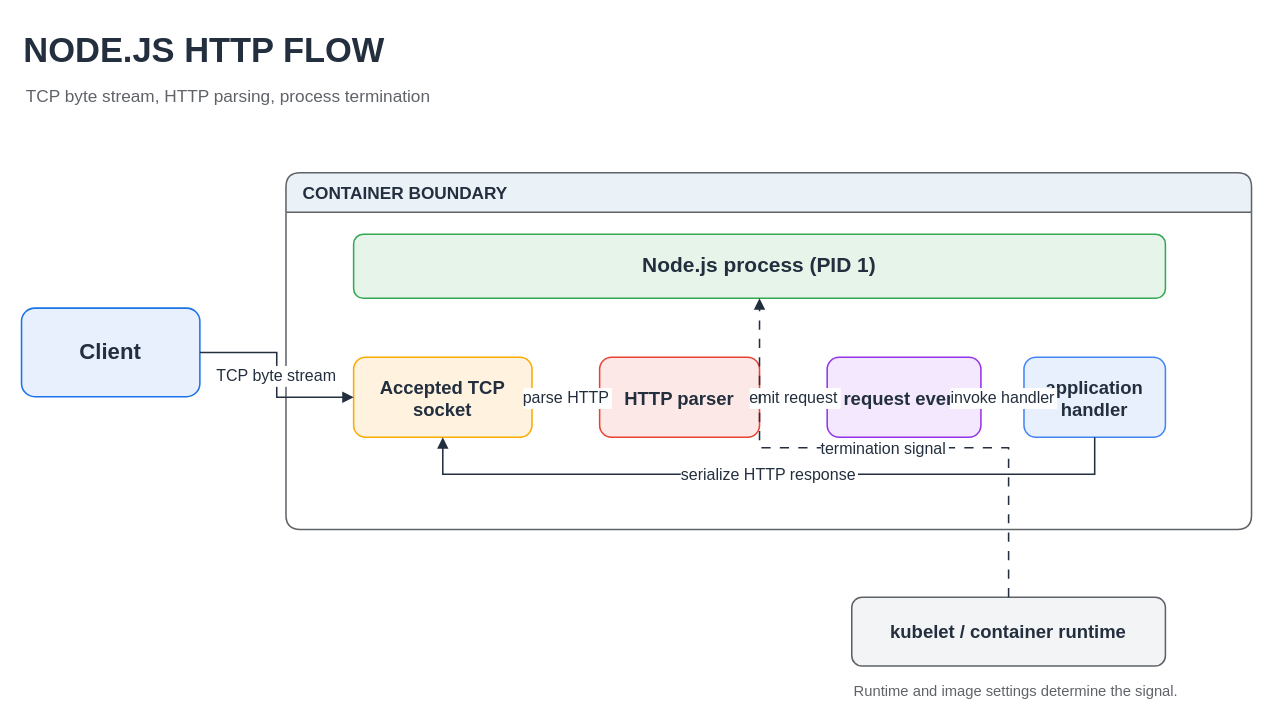
KKamJi98/kkamji98.github.io keeps this draw.io diagram as assets/img/nodejs/node-http-request-lifecycle-flow.drawio. Above is the earlier version. Source tidied: cells renumbered, new cells numbered last; positions are measured from the earlier drawing's top-left corner, leaving out a move shared by most shapes. Both pictures are drawn from the tidied source at 123%, with x=0, y=0 at pixel (21, 21).
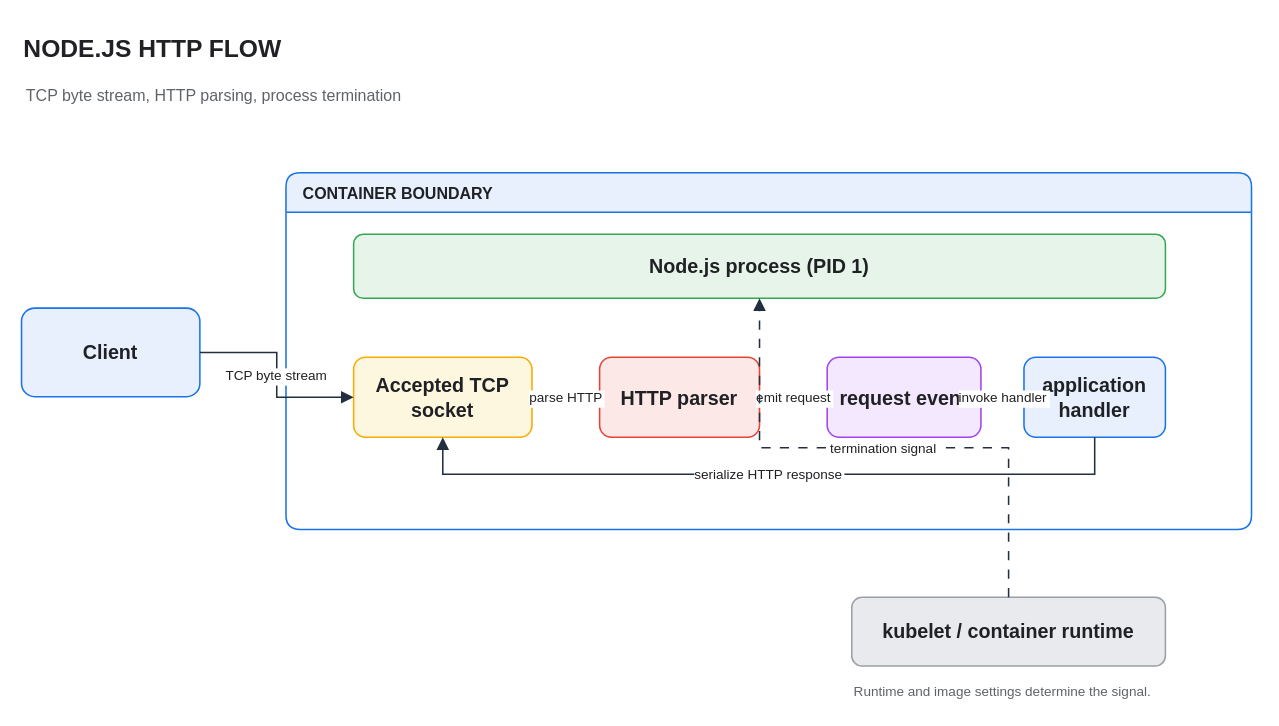
The same page after the edit.

The edit, as a diff of the source:
```diff
@@
-<mxGraphModel>
+<mxGraphModel background="#FFFFFF">
@@
-    <mxCell id="2" value="NODE.JS HTTP FLOW" style="text;html=0;strokeColor=none;fillColor=none;align=left;verticalAlign=middle;fontSize=28;fontStyle=1;fontColor=#232F3E;" parent="1" vertex="1">
+    <mxCell id="2" value="NODE.JS HTTP FLOW" style="text;html=0;strokeColor=none;fillColor=none;align=left;verticalAlign=middle;fontSize=20;fontStyle=1;fontColor=#202124;" parent="1" vertex="1">
       <mxGeometry width="760" height="40" as="geometry" />
     </mxCell>
-    <mxCell id="3" value="TCP byte stream, HTTP parsing, process termination" style="text;html=0;strokeColor=none;fillColor=none;align=left;verticalAlign=middle;fontSize=14;fontColor=#5F6368;" parent="1" vertex="1">
+    <mxCell id="3" value="TCP byte stream, HTTP parsing, process termination" style="text;html=0;strokeColor=none;fillColor=none;align=left;verticalAlign=middle;fontSize=13;fontColor=#5F6368;" parent="1" vertex="1">
       <mxGeometry x="2" y="46" width="760" height="28" as="geometry" />
     </mxCell>
-    <mxCell id="4" value="Client" style="rounded=1;whiteSpace=wrap;html=0;fillColor=#E8F0FE;strokeColor=#1A73E8;strokeWidth=1.25;fontColor=#232F3E;fontSize=18;fontStyle=1;" parent="1" vertex="1">
+    <mxCell id="4" value="Client" style="rounded=1;whiteSpace=wrap;html=0;fillColor=#E8F0FE;strokeColor=#1A73E8;strokeWidth=1.25;fontColor=#202124;fontSize=16;fontStyle=1;" parent="1" vertex="1">
       <mxGeometry y="233" width="145" height="72" as="geometry" />
     </mxCell>
-    <mxCell id="5" value="CONTAINER BOUNDARY" style="swimlane;horizontal=1;startSize=32;rounded=1;arcSize=12;html=0;fillColor=#EAF2F8;swimlaneFillColor=#FFFFFF;strokeColor=#5F6368;strokeWidth=1.25;fontColor=#232F3E;fontSize=14;fontStyle=1;align=left;spacingLeft=12;" parent="1" vertex="1">
+    <mxCell id="5" value="CONTAINER BOUNDARY" style="swimlane;horizontal=1;startSize=32;rounded=1;arcSize=12;html=0;fillColor=#E8F0FE;swimlaneFillColor=#FFFFFF;strokeColor=#1A73E8;strokeWidth=1.25;fontColor=#202124;fontSize=13;fontStyle=1;align=left;spacingLeft=12;" parent="1" vertex="1">
       <mxGeometry x="215" y="123" width="785" height="290" as="geometry" />
     </mxCell>
-    <mxCell id="6" value="Node.js process (PID 1)" style="rounded=1;whiteSpace=wrap;html=0;fillColor=#E6F4EA;strokeColor=#34A853;strokeWidth=1.25;fontColor=#232F3E;fontSize=17;fontStyle=1;" parent="1" vertex="1">
+    <mxCell id="6" value="Node.js process (PID 1)" style="rounded=1;whiteSpace=wrap;html=0;fillColor=#E6F4EA;strokeColor=#34A853;strokeWidth=1.25;fontColor=#202124;fontSize=16;fontStyle=1;" parent="1" vertex="1">
       <mxGeometry x="270" y="173" width="660" height="52" as="geometry" />
     </mxCell>
-    <mxCell id="7" value="Accepted TCP socket" style="rounded=1;whiteSpace=wrap;html=0;fillColor=#FFF3E0;strokeColor=#F9AB00;strokeWidth=1.25;fontColor=#232F3E;fontSize=15;fontStyle=1;" parent="1" vertex="1">
+    <mxCell id="7" value="Accepted TCP socket" style="rounded=1;whiteSpace=wrap;html=0;fillColor=#FEF7E0;strokeColor=#F9AB00;strokeWidth=1.25;fontColor=#202124;fontSize=16;fontStyle=1;" parent="1" vertex="1">
       <mxGeometry x="270" y="273" width="145" height="65" as="geometry" />
     </mxCell>
-    <mxCell id="8" value="HTTP parser" style="rounded=1;whiteSpace=wrap;html=0;fillColor=#FCE8E6;strokeColor=#EA4335;strokeWidth=1.25;fontColor=#232F3E;fontSize=15;fontStyle=1;" parent="1" vertex="1">
+    <mxCell id="8" value="HTTP parser" style="rounded=1;whiteSpace=wrap;html=0;fillColor=#FCE8E6;strokeColor=#EA4335;strokeWidth=1.25;fontColor=#202124;fontSize=16;fontStyle=1;" parent="1" vertex="1">
       <mxGeometry x="470" y="273" width="130" height="65" as="geometry" />
     </mxCell>
-    <mxCell id="9" value="request event" style="rounded=1;whiteSpace=wrap;html=0;fillColor=#F3E8FD;strokeColor=#9334E6;strokeWidth=1.25;fontColor=#232F3E;fontSize=15;fontStyle=1;" parent="1" vertex="1">
+    <mxCell id="9" value="request event" style="rounded=1;whiteSpace=wrap;html=0;fillColor=#F3E8FD;strokeColor=#A142F4;strokeWidth=1.25;fontColor=#202124;fontSize=16;fontStyle=1;" parent="1" vertex="1">
       <mxGeometry x="655" y="273" width="125" height="65" as="geometry" />
     </mxCell>
-    <mxCell id="10" value="application handler" style="rounded=1;whiteSpace=wrap;html=0;fillColor=#E8F0FE;strokeColor=#4285F4;strokeWidth=1.25;fontColor=#232F3E;fontSize=15;fontStyle=1;" parent="1" vertex="1">
+    <mxCell id="10" value="application handler" style="rounded=1;whiteSpace=wrap;html=0;fillColor=#E8F0FE;strokeColor=#1A73E8;strokeWidth=1.25;fontColor=#202124;fontSize=16;fontStyle=1;" parent="1" vertex="1">
       <mxGeometry x="815" y="273" width="115" height="65" as="geometry" />
     </mxCell>
-    <mxCell id="11" value="TCP byte stream" style="edgeStyle=orthogonalEdgeStyle;rounded=0;html=0;strokeColor=#232F3E;strokeWidth=1.25;endArrow=block;endFill=1;fontColor=#232F3E;fontSize=13;labelBackgroundColor=#FFFFFF;" parent="1" edge="1" source="4" target="7">
+    <mxCell id="11" value="TCP byte stream" style="edgeStyle=orthogonalEdgeStyle;rounded=0;html=0;strokeColor=#232F3E;strokeWidth=1.25;endArrow=block;endFill=1;fontColor=#202124;fontSize=11;labelBackgroundColor=#FFFFFF;endSize=7;" parent="1" edge="1" source="4" target="7">
       <mxGeometry relative="1" as="geometry" />
     </mxCell>
-    <mxCell id="12" value="parse HTTP" style="edgeStyle=orthogonalEdgeStyle;rounded=0;html=0;strokeColor=#232F3E;strokeWidth=1.25;endArrow=block;endFill=1;fontColor=#232F3E;fontSize=13;labelBackgroundColor=#FFFFFF;" parent="1" edge="1" source="7" target="8">
+    <mxCell id="12" value="parse HTTP" style="edgeStyle=orthogonalEdgeStyle;rounded=0;html=0;strokeColor=#232F3E;strokeWidth=1.25;endArrow=block;endFill=1;fontColor=#202124;fontSize=11;labelBackgroundColor=#FFFFFF;endSize=7;" parent="1" edge="1" source="7" target="8">
       <mxGeometry relative="1" as="geometry" />
     </mxCell>
-    <mxCell id="13" value="emit request" style="edgeStyle=orthogonalEdgeStyle;rounded=0;html=0;strokeColor=#232F3E;strokeWidth=1.25;endArrow=block;endFill=1;fontColor=#232F3E;fontSize=13;labelBackgroundColor=#FFFFFF;" parent="1" edge="1" source="8" target="9">
+    <mxCell id="13" value="emit request" style="edgeStyle=orthogonalEdgeStyle;rounded=0;html=0;strokeColor=#232F3E;strokeWidth=1.25;endArrow=block;endFill=1;fontColor=#202124;fontSize=11;labelBackgroundColor=#FFFFFF;endSize=7;" parent="1" edge="1" source="8" target="9">
       <mxGeometry relative="1" as="geometry" />
     </mxCell>
-    <mxCell id="14" value="invoke handler" style="edgeStyle=orthogonalEdgeStyle;rounded=0;html=0;strokeColor=#232F3E;strokeWidth=1.25;endArrow=block;endFill=1;fontColor=#232F3E;fontSize=13;labelBackgroundColor=#FFFFFF;" parent="1" edge="1" source="9" target="10">
+    <mxCell id="14" value="invoke handler" style="edgeStyle=orthogonalEdgeStyle;rounded=0;html=0;strokeColor=#232F3E;strokeWidth=1.25;endArrow=block;endFill=1;fontColor=#202124;fontSize=11;labelBackgroundColor=#FFFFFF;endSize=7;" parent="1" edge="1" source="9" target="10">
       <mxGeometry relative="1" as="geometry" />
     </mxCell>
-    <mxCell id="15" value="serialize HTTP response" style="edgeStyle=orthogonalEdgeStyle;rounded=0;html=0;strokeColor=#232F3E;strokeWidth=1.25;endArrow=block;endFill=1;fontColor=#232F3E;fontSize=13;labelBackgroundColor=#FFFFFF;exitX=0.5;exitY=1;entryX=0.5;entryY=1;" parent="1" edge="1" source="10" target="7">
+    <mxCell id="15" value="serialize HTTP response" style="edgeStyle=orthogonalEdgeStyle;rounded=0;html=0;strokeColor=#232F3E;strokeWidth=1.25;endArrow=block;endFill=1;fontColor=#202124;fontSize=11;labelBackgroundColor=#FFFFFF;exitX=0.5;exitY=1;entryX=0.5;entryY=1;endSize=7;" parent="1" edge="1" source="10" target="7">
       <mxGeometry relative="1" as="geometry">
         <Array as="points">
-          <mxPoint x="872" y="368" />
-          <mxPoint x="342" y="368" />
+          <mxPoint x="872.5" y="368" />
+          <mxPoint x="342.5" y="368" />
         </Array>
       </mxGeometry>
     </mxCell>
-    <mxCell id="16" value="kubelet / container runtime" style="rounded=1;whiteSpace=wrap;html=0;fillColor=#F3F4F6;strokeColor=#5F6368;strokeWidth=1.25;fontColor=#232F3E;fontSize=15;fontStyle=1;" parent="1" vertex="1">
+    <mxCell id="16" value="kubelet / container runtime" style="rounded=1;whiteSpace=wrap;html=0;fillColor=#E8EAED;strokeColor=#9AA0A6;strokeWidth=1.25;fontColor=#202124;fontSize=16;fontStyle=1;" parent="1" vertex="1">
       <mxGeometry x="675" y="468" width="255" height="56" as="geometry" />
     </mxCell>
-    <mxCell id="17" value="termination signal" style="edgeStyle=orthogonalEdgeStyle;rounded=0;html=0;dashed=1;dashPattern=6 6;strokeColor=#232F3E;strokeWidth=1.25;endArrow=block;endFill=1;fontColor=#232F3E;fontSize=13;labelBackgroundColor=#FFFFFF;" parent="1" edge="1" source="16" target="6">
+    <mxCell id="17" value="termination signal" style="edgeStyle=orthogonalEdgeStyle;rounded=0;html=0;dashed=1;dashPattern=6 6;strokeColor=#232F3E;strokeWidth=1.25;endArrow=block;endFill=1;fontColor=#202124;fontSize=11;labelBackgroundColor=#FFFFFF;endSize=7;" parent="1" edge="1" source="16" target="6">
       <mxGeometry relative="1" as="geometry" />
     </mxCell>
-    <mxCell id="18" value="Runtime and image settings determine the signal." style="text;html=0;strokeColor=none;fillColor=none;align=left;verticalAlign=middle;fontSize=12;fontColor=#5F6368;" parent="1" vertex="1">
+    <mxCell id="18" value="Runtime and image settings determine the signal." style="text;html=0;strokeColor=none;fillColor=none;align=left;verticalAlign=middle;fontSize=11;fontColor=#5F6368;" parent="1" vertex="1">
       <mxGeometry x="675" y="532" width="330" height="24" as="geometry" />
     </mxCell>
```
